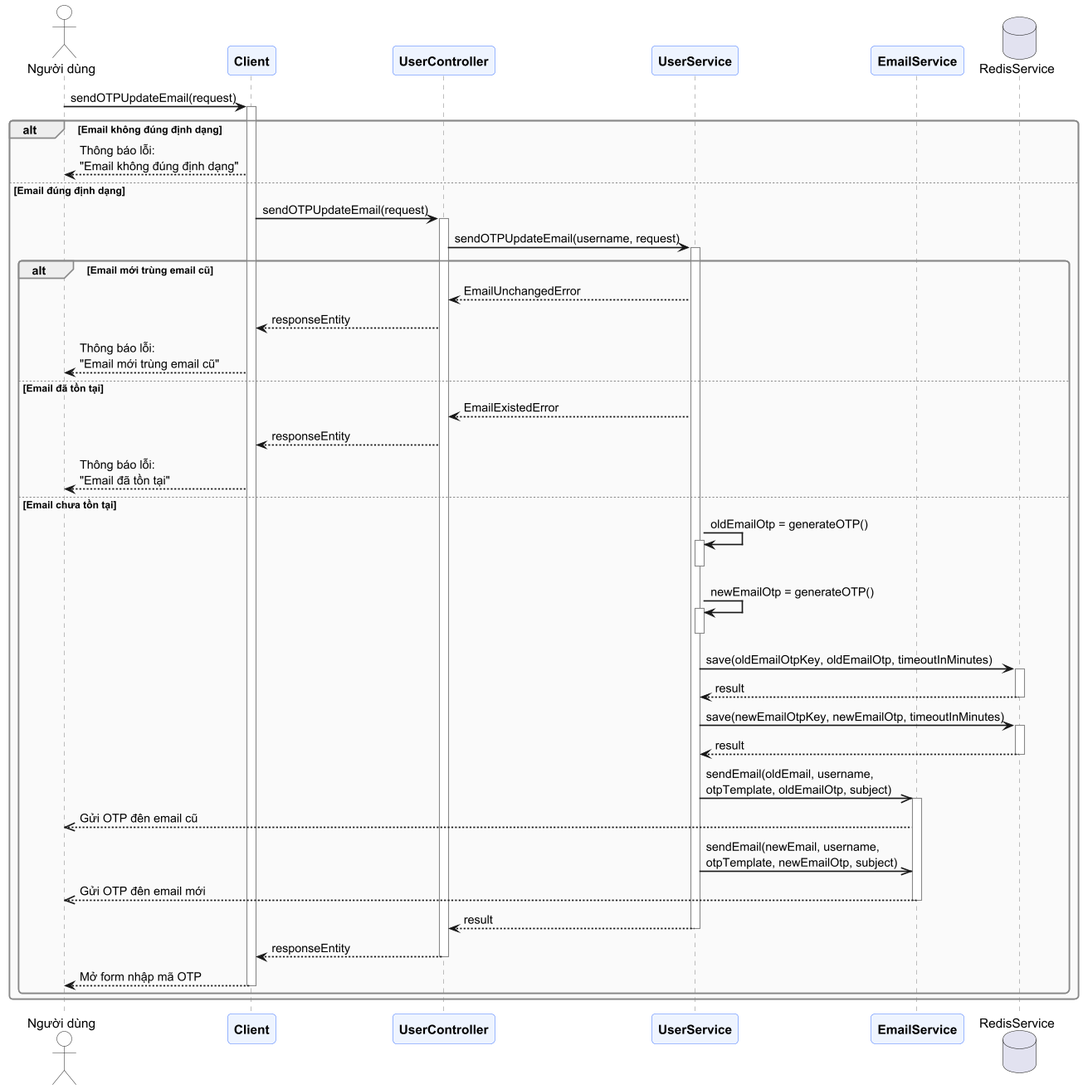
Before: docs/diagrams/sequence-diagram/Update_Email_Sequence_sendOTPUpdateEmail.png, a diagram exported from PlantUML (trantrieuduong/Elingo-Language-Learning-System).
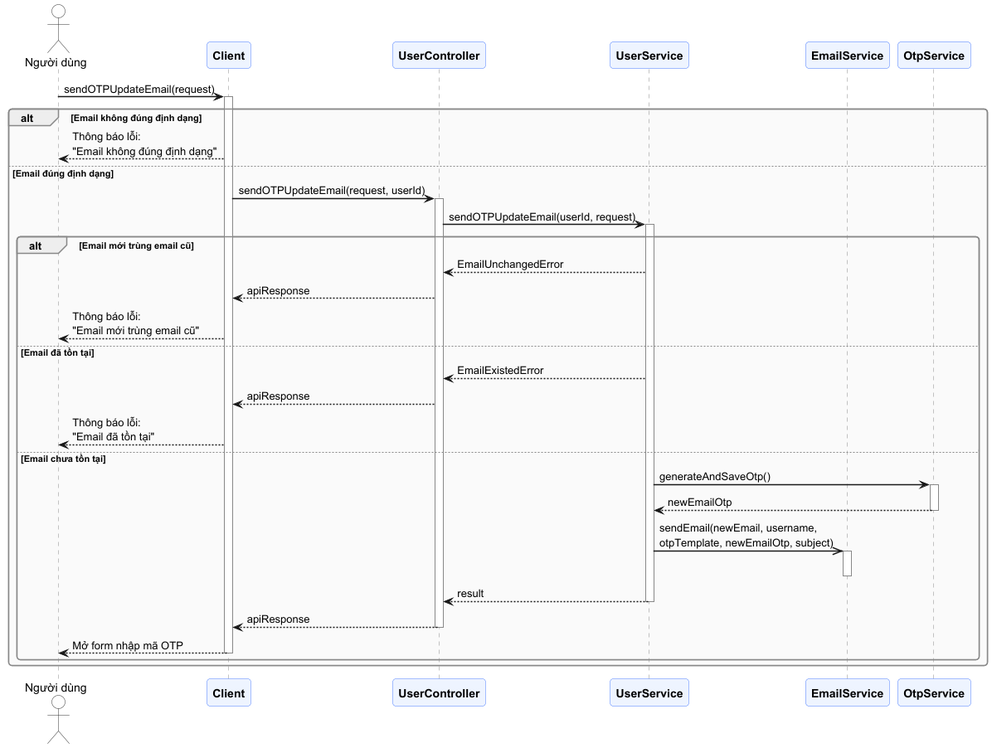
After the commit.

Commit message:
docs(user): update email flow diagrams for otpservice and password verification

What changed in the source:
```diff
@@ -26,7 +26,7 @@
 participant "UserController" as controller
 participant "UserService" as service
 participant "EmailService" as mailService
-database "RedisService" as redis
+participant "OtpService" as otpService
 
 User -> client : sendOTPUpdateEmail(request)
 activate client
@@ -34,50 +34,34 @@
 alt Email không đúng định dạng
     client --> User : Thông báo lỗi:\n"Email không đúng định dạng"
 else Email đúng định dạng
-    client -> controller : sendOTPUpdateEmail(request)
+    client -> controller : sendOTPUpdateEmail(request, userId)
     activate controller
 
-    controller -> service : sendOTPUpdateEmail(username, request)
+    controller -> service : sendOTPUpdateEmail(userId, request)
     activate service
 
     alt Email mới trùng email cũ
         service --> controller : EmailUnchangedError
-        controller --> client : responseEntity
+        controller --> client : apiResponse
         client --> User : Thông báo lỗi:\n"Email mới trùng email cũ"
     else Email đã tồn tại
         service --> controller : EmailExistedError
-        controller --> client : responseEntity
+        controller --> client : apiResponse
         client --> User : Thông báo lỗi:\n"Email đã tồn tại"
     else Email chưa tồn tại
-        service -> service : oldEmailOtp = generateOTP()
-        activate service
-        deactivate service
+        service -> otpService : generateAndSaveOtp()
+        activate otpService
 
-        service -> service : newEmailOtp = generateOTP()
-        activate service
-        deactivate service
-
-        service -> redis : save(oldEmailOtpKey, oldEmailOtp, timeoutInMinutes)
-        activate redis
-        redis --> service : result
-        deactivate redis
-
-        service -> redis : save(newEmailOtpKey, newEmailOtp, timeoutInMinutes)
-        activate redis
-        redis --> service : result
-        deactivate redis
-
-        service ->> mailService : sendEmail(oldEmail, username,\notpTemplate, oldEmailOtp, subject)
-        activate mailService
-        mailService -->> User : Gửi OTP đên email cũ
+        otpService --> service : newEmailOtp
+        deactivate otpService
 
         service ->> mailService : sendEmail(newEmail, username,\notpTemplate, newEmailOtp, subject)
-        mailService -->> User : Gửi OTP đên email mới
+        activate mailService
         deactivate mailService
 
         service --> controller : result
         deactivate service
-        controller --> client : responseEntity
+        controller --> client : apiResponse
         deactivate controller
 
         client --> User : Mở form nhập mã OTP
```
